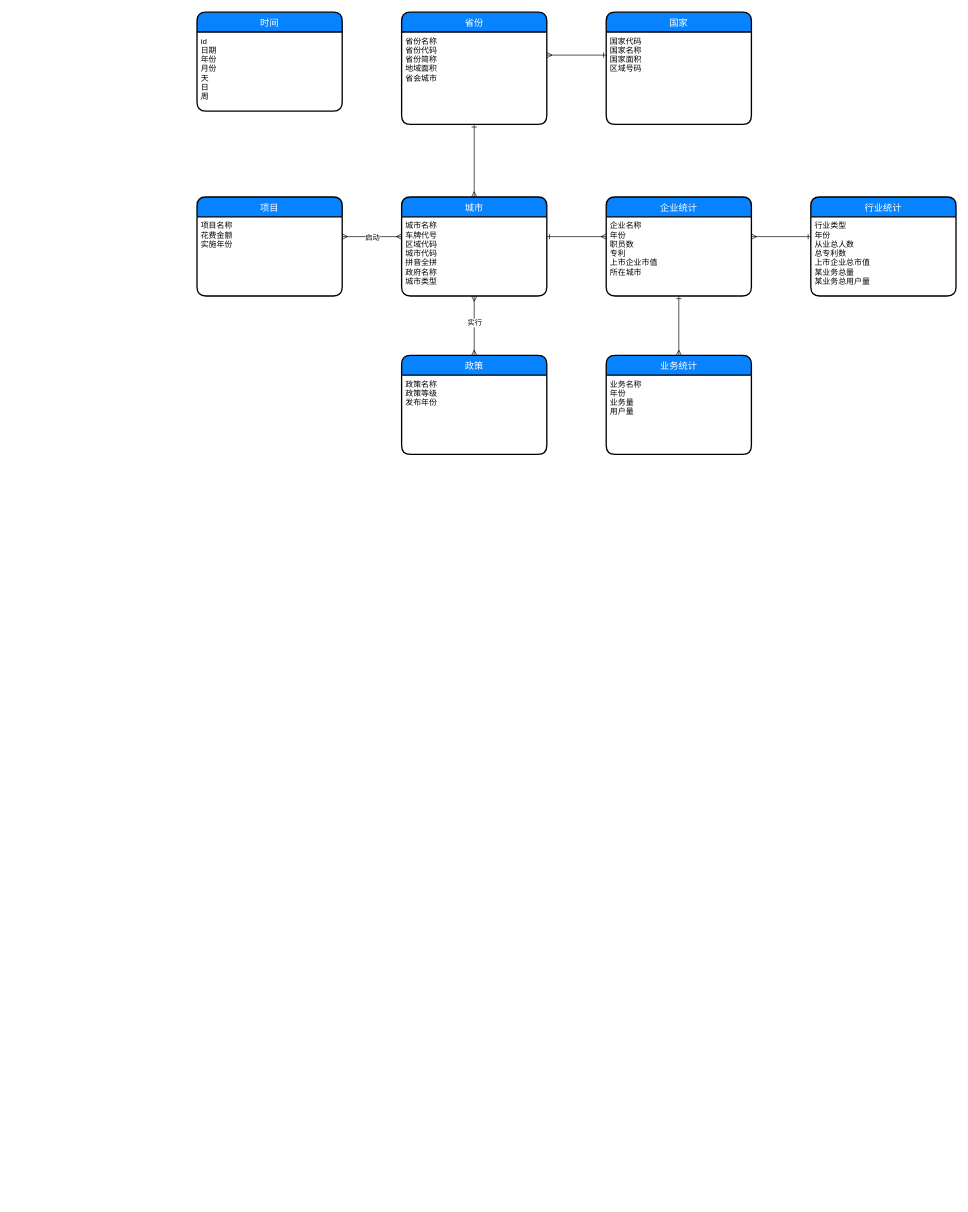
Above: 广大金融指标体系.drawio in wangzijia122/drawio_repository (draw.io), before the change. Source tidied: cells renumbered, new cells numbered last; positions are measured from the earlier drawing's top-left corner, leaving out a move shared by most shapes. Both pictures are drawn from the tidied source at 66%, with x=0, y=0 at pixel (197, 12).
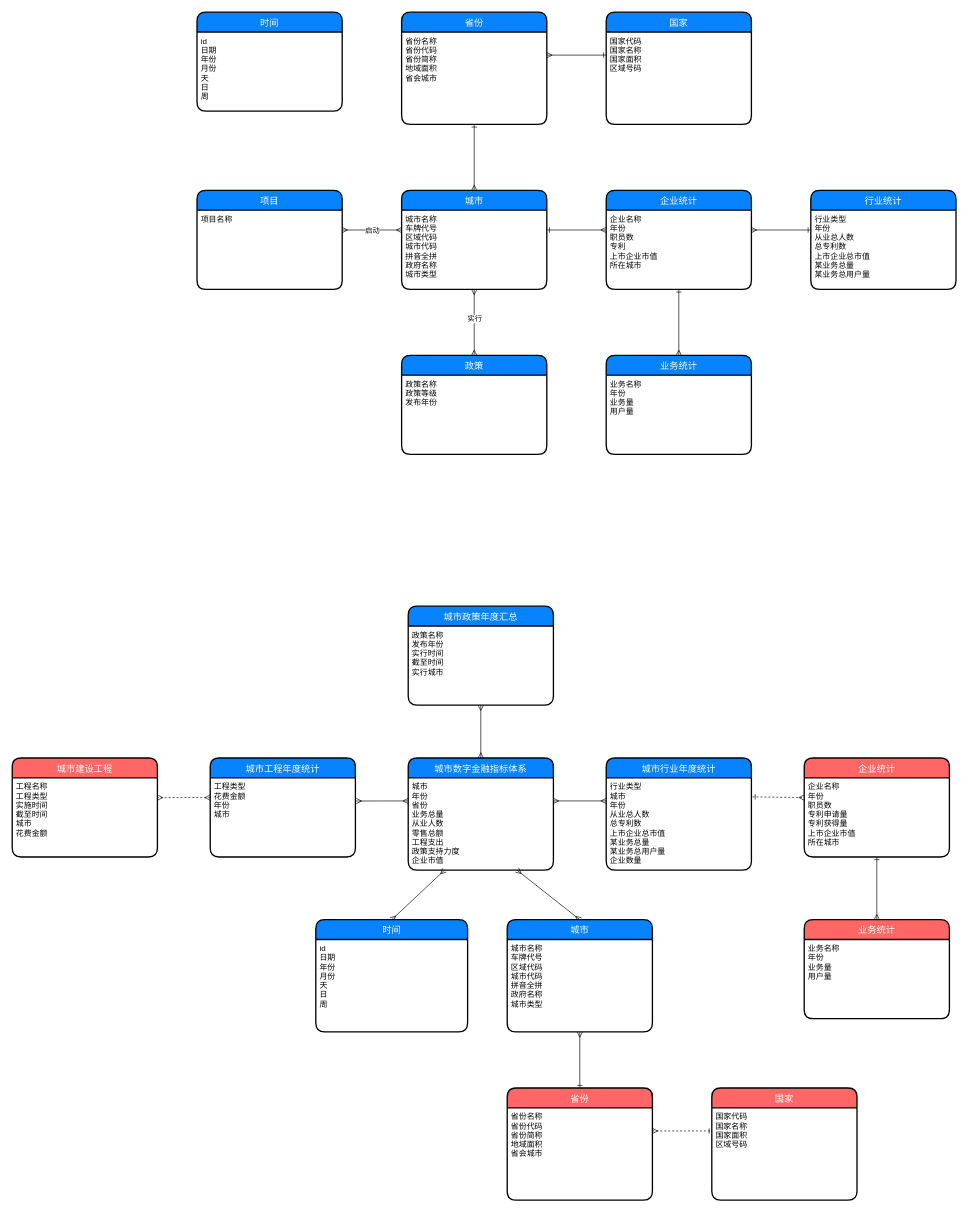
The same diagram, later.

Commit message (it also covers changes not shown here):
更新广大金融指标体系.drawio

The edit, as a diff of the source:
```diff
@@
     <mxCell id="2" value="城市" style="swimlane;horizontal=1;startSize=30;rounded=1;fontSize=14;fontStyle=0;strokeWidth=2;shadow=0;dashed=0;align=center;swimlaneFillColor=none;fillColor=#0883FF;fontColor=#FFFFFF;" parent="1" vertex="1">
-      <mxGeometry x="310" y="280" width="220" height="150" as="geometry" />
+      <mxGeometry x="310" y="270" width="220" height="150" as="geometry" />
     </mxCell>
@@
     <mxCell id="13" value="行业统计" style="swimlane;horizontal=1;startSize=30;rounded=1;fontSize=14;fontStyle=0;strokeWidth=2;shadow=0;dashed=0;align=center;fontColor=#FFFFFF;fillColor=#0883FF;" parent="1" vertex="1">
-      <mxGeometry x="930" y="280" width="220" height="150" as="geometry" />
+      <mxGeometry x="930" y="270" width="220" height="150" as="geometry" />
     </mxCell>
@@
     <mxCell id="19" value="企业统计" style="swimlane;horizontal=1;startSize=30;rounded=1;fontSize=14;fontStyle=0;strokeWidth=2;shadow=0;dashed=0;align=center;fontColor=#FFFFFF;fillColor=#0883FF;" parent="1" vertex="1">
-      <mxGeometry x="620" y="280" width="220" height="150" as="geometry" />
+      <mxGeometry x="620" y="270" width="220" height="150" as="geometry" />
     </mxCell>
@@
     <mxCell id="26" value="项目" style="swimlane;horizontal=1;startSize=30;rounded=1;fontSize=14;fontStyle=0;strokeWidth=2;shadow=0;dashed=0;align=center;fontColor=#FFFFFF;fillColor=#0883FF;" parent="1" vertex="1">
-      <mxGeometry y="280" width="220" height="150" as="geometry" />
+      <mxGeometry y="270" width="220" height="150" as="geometry" />
     </mxCell>
-    <mxCell id="27" value="项目名称&#10;花费金额&#10;实施年份" style="align=left;strokeColor=none;fillColor=none;spacingLeft=4;fontSize=12;verticalAlign=top;fontColor=#030303;" parent="26" vertex="1">
+    <mxCell id="27" value="项目名称&#10;" style="align=left;strokeColor=none;fillColor=none;spacingLeft=4;fontSize=12;verticalAlign=top;fontColor=#030303;" parent="26" vertex="1">
       <mxGeometry y="30" width="220" height="120" as="geometry" />
     </mxCell>
@@
+    <mxCell id="30" value="城市数字金融指标体系" style="swimlane;horizontal=1;startSize=30;rounded=1;fontSize=14;fontStyle=0;strokeWidth=2;shadow=0;dashed=0;align=center;swimlaneFillColor=none;fillColor=#0883FF;fontColor=#FFFFFF;" parent="1" vertex="1">
+      <mxGeometry x="320" y="1130" width="220" height="170" as="geometry" />
+    </mxCell>
+    <mxCell id="31" value="城市&#10;年份&#10;省份&#10;业务总量&#10;从业人数&#10;零售总额&#10;工程支出&#10;政策支持力度&#10;企业市值&#10;&#10;" style="align=left;strokeColor=none;fillColor=none;spacingLeft=4;fontSize=12;verticalAlign=top;" parent="30" vertex="1">
+      <mxGeometry y="30" width="220" height="140" as="geometry" />
+    </mxCell>
+    <mxCell id="32" style="edgeStyle=none;rounded=0;orthogonalLoop=1;jettySize=auto;html=1;exitX=1;exitY=1;exitDx=0;exitDy=0;fontColor=#030303;startArrow=ERmany;startFill=0;endArrow=ERone;endFill=0;" parent="30" edge="1" source="31" target="31">
+      <mxGeometry relative="1" as="geometry" />
+    </mxCell>
+    <mxCell id="33" value="省份" style="swimlane;horizontal=1;startSize=30;rounded=1;fontSize=14;fontStyle=0;strokeWidth=2;shadow=0;dashed=0;align=center;swimlaneFillColor=none;fillColor=#FF6666;fontColor=#FFFFFF;" parent="1" vertex="1">
+      <mxGeometry x="470" y="1630" width="220" height="170" as="geometry" />
+    </mxCell>
+    <mxCell id="34" value="省份名称&#10;省份代码&#10;省份简称&#10;地域面积&#10;省会城市" style="align=left;strokeColor=none;fillColor=none;spacingLeft=4;fontSize=12;verticalAlign=top;" parent="33" vertex="1">
+      <mxGeometry y="30" width="220" height="140" as="geometry" />
+    </mxCell>
+    <mxCell id="35" value="国家" style="swimlane;horizontal=1;startSize=30;rounded=1;fontSize=14;fontStyle=0;strokeWidth=2;shadow=0;dashed=0;align=center;swimlaneFillColor=none;fillColor=#FF6666;fontColor=#FFFFFF;" parent="1" vertex="1">
+      <mxGeometry x="780" y="1630" width="220" height="170" as="geometry" />
+    </mxCell>
+    <mxCell id="36" value="国家代码&#10;国家名称&#10;国家面积&#10;区域号码" style="align=left;strokeColor=none;fillColor=none;spacingLeft=4;fontSize=12;verticalAlign=top;" parent="35" vertex="1">
+      <mxGeometry y="30" width="220" height="140" as="geometry" />
+    </mxCell>
+    <mxCell id="37" style="edgeStyle=orthogonalEdgeStyle;rounded=0;jettySize=auto;html=1;exitX=1;exitY=0.25;exitDx=0;exitDy=0;entryX=0;entryY=0.25;entryDx=0;entryDy=0;fontColor=#FFFFFF;startArrow=ERmany;startFill=0;endArrow=ERone;endFill=0;dashed=1;" parent="1" edge="1" source="34" target="36">
+      <mxGeometry relative="1" as="geometry" />
+    </mxCell>
+    <mxCell id="38" value="城市政策年度汇总" style="swimlane;horizontal=1;startSize=30;rounded=1;fontSize=14;fontStyle=0;strokeWidth=2;shadow=0;dashed=0;align=center;fontColor=#FFFFFF;fillColor=#0883FF;" parent="1" vertex="1">
+      <mxGeometry x="320" y="900" width="220" height="150" as="geometry" />
+    </mxCell>
+    <mxCell id="39" value="政策名称&#10;发布年份&#10;实行时间&#10;截至时间&#10;实行城市" style="align=left;strokeColor=none;fillColor=none;spacingLeft=4;fontSize=12;verticalAlign=top;fontColor=#030303;" parent="38" vertex="1">
+      <mxGeometry y="30" width="220" height="120" as="geometry" />
+    </mxCell>
+    <mxCell id="40" value="城市行业年度统计" style="swimlane;horizontal=1;startSize=30;rounded=1;fontSize=14;fontStyle=0;strokeWidth=2;shadow=0;dashed=0;align=center;fontColor=#FFFFFF;fillColor=#0883FF;" parent="1" vertex="1">
+      <mxGeometry x="620" y="1130" width="220" height="170" as="geometry" />
+    </mxCell>
+    <mxCell id="41" value="行业类型&#10;城市&#10;年份&#10;从业总人数&#10;总专利数&#10;上市企业总市值&#10;某业务总量&#10;某业务总用户量&#10;企业数量&#10;" style="align=left;strokeColor=none;fillColor=none;spacingLeft=4;fontSize=12;verticalAlign=top;fontColor=#030303;" parent="40" vertex="1">
+      <mxGeometry y="30" width="220" height="140" as="geometry" />
+    </mxCell>
+    <mxCell id="42" style="edgeStyle=none;rounded=0;jettySize=auto;html=1;exitX=0.5;exitY=0;exitDx=0;exitDy=0;entryX=0.25;entryY=1;entryDx=0;entryDy=0;fontSize=14;fontColor=#030303;startArrow=ERmany;startFill=0;endArrow=ERmany;endFill=0;" parent="1" edge="1" source="43" target="31">
+      <mxGeometry relative="1" as="geometry" />
+    </mxCell>
+    <mxCell id="43" value="时间" style="swimlane;horizontal=1;startSize=30;rounded=1;fontSize=14;fontStyle=0;strokeWidth=2;shadow=0;dashed=0;align=center;fontColor=#FFFFFF;fillColor=#0883FF;" parent="1" vertex="1">
+      <mxGeometry x="180" y="1375" width="230" height="170" as="geometry" />
+    </mxCell>
+    <mxCell id="44" value="id&#10;日期&#10;年份&#10;月份&#10;天&#10;日&#10;周&#10;&#10;" style="align=left;strokeColor=none;fillColor=none;spacingLeft=4;fontSize=12;verticalAlign=top;fontColor=#030303;" parent="43" vertex="1">
+      <mxGeometry y="30" width="230" height="140" as="geometry" />
+    </mxCell>
+    <mxCell id="45" value="业务统计" style="swimlane;horizontal=1;startSize=30;rounded=1;fontSize=14;fontStyle=0;strokeWidth=2;shadow=0;dashed=0;align=center;fontColor=#FFFFFF;fillColor=#FF6666;" parent="1" vertex="1">
+      <mxGeometry x="920" y="1375" width="220" height="150" as="geometry" />
+    </mxCell>
+    <mxCell id="46" value="业务名称&#10;年份&#10;业务量&#10;用户量" style="align=left;strokeColor=none;fillColor=none;spacingLeft=4;fontSize=12;verticalAlign=top;fontColor=#030303;" parent="45" vertex="1">
+      <mxGeometry y="30" width="220" height="120" as="geometry" />
+    </mxCell>
+    <mxCell id="47" value="企业统计" style="swimlane;horizontal=1;startSize=30;rounded=1;fontSize=14;fontStyle=0;strokeWidth=2;shadow=0;dashed=0;align=center;fontColor=#FFFFFF;fillColor=#FF6666;" parent="1" vertex="1">
+      <mxGeometry x="920" y="1130" width="220" height="150" as="geometry" />
+    </mxCell>
+    <mxCell id="48" value="企业名称&#10;年份&#10;职员数&#10;专利申请量&#10;专利获得量&#10;上市企业市值&#10;所在城市&#10;" style="align=left;strokeColor=none;fillColor=none;spacingLeft=4;fontSize=12;verticalAlign=top;fontColor=#030303;" parent="47" vertex="1">
+      <mxGeometry y="30" width="220" height="120" as="geometry" />
+    </mxCell>
+    <mxCell id="49" style="edgeStyle=orthogonalEdgeStyle;rounded=0;jettySize=auto;html=1;exitX=0.5;exitY=0;exitDx=0;exitDy=0;entryX=0.5;entryY=1;entryDx=0;entryDy=0;fontColor=#030303;startArrow=ERmany;startFill=0;endArrow=ERone;endFill=0;" parent="1" edge="1" source="45" target="48">
+      <mxGeometry relative="1" as="geometry" />
+    </mxCell>
+    <mxCell id="50" value="城市工程年度统计" style="swimlane;horizontal=1;startSize=30;rounded=1;fontSize=14;fontStyle=0;strokeWidth=2;shadow=0;dashed=0;align=center;fontColor=#FFFFFF;fillColor=#0883FF;" parent="1" vertex="1">
+      <mxGeometry x="20" y="1130" width="220" height="150" as="geometry" />
+    </mxCell>
+    <mxCell id="51" value="工程类型&#10;花费金额&#10;年份&#10;城市&#10;&#10;" style="align=left;strokeColor=none;fillColor=none;spacingLeft=4;fontSize=12;verticalAlign=top;fontColor=#030303;" parent="50" vertex="1">
+      <mxGeometry y="30" width="220" height="120" as="geometry" />
+    </mxCell>
+    <mxCell id="52" style="fontSize=12;html=1;endArrow=ERmany;startArrow=ERmany;rounded=0;fontColor=#030303;exitX=0;exitY=0.25;exitDx=0;exitDy=0;entryX=1.006;entryY=0.293;entryDx=0;entryDy=0;entryPerimeter=0;" parent="1" edge="1" source="31" target="51">
+      <mxGeometry relative="1" as="geometry" />
+    </mxCell>
+    <mxCell id="53" style="edgeStyle=none;rounded=0;jettySize=auto;html=1;exitX=1;exitY=0.25;exitDx=0;exitDy=0;fontColor=#030303;startArrow=ERmany;startFill=0;endArrow=ERmany;endFill=0;entryX=0;entryY=0.25;entryDx=0;entryDy=0;" parent="1" edge="1" source="31" target="41">
+      <mxGeometry relative="1" as="geometry" />
+    </mxCell>
+    <mxCell id="54" style="edgeStyle=none;rounded=0;jettySize=auto;html=1;exitX=1.008;exitY=0.206;exitDx=0;exitDy=0;entryX=0;entryY=0.25;entryDx=0;entryDy=0;fontColor=#030303;startArrow=ERone;startFill=0;endArrow=ERmany;endFill=0;dashed=1;exitPerimeter=0;" parent="1" edge="1" source="41" target="48">
+      <mxGeometry relative="1" as="geometry" />
+    </mxCell>
+    <mxCell id="55" style="edgeStyle=none;rounded=0;jettySize=auto;html=1;exitX=0.5;exitY=0;exitDx=0;exitDy=0;entryX=0.75;entryY=1;entryDx=0;entryDy=0;fontSize=14;fontColor=#030303;startArrow=ERmany;startFill=0;endArrow=ERmany;endFill=0;" parent="1" edge="1" source="56" target="31">
+      <mxGeometry relative="1" as="geometry" />
+    </mxCell>
+    <mxCell id="56" value="城市" style="swimlane;horizontal=1;startSize=30;rounded=1;fontSize=14;fontStyle=0;strokeWidth=2;shadow=0;dashed=0;align=center;swimlaneFillColor=none;fillColor=#0883FF;fontColor=#FFFFFF;" parent="1" vertex="1">
+      <mxGeometry x="470" y="1375" width="220" height="170" as="geometry" />
+    </mxCell>
+    <mxCell id="57" value="城市名称&#10;车牌代号&#10;区域代码&#10;城市代码&#10;拼音全拼&#10;政府名称&#10;城市类型" style="align=left;strokeColor=none;fillColor=none;spacingLeft=4;fontSize=12;verticalAlign=top;" parent="56" vertex="1">
+      <mxGeometry y="30" width="220" height="140" as="geometry" />
+    </mxCell>
+    <mxCell id="58" style="edgeStyle=none;rounded=0;orthogonalLoop=1;jettySize=auto;html=1;exitX=1;exitY=1;exitDx=0;exitDy=0;fontColor=#030303;startArrow=ERmany;startFill=0;endArrow=ERone;endFill=0;" parent="56" edge="1" source="57" target="57">
+      <mxGeometry relative="1" as="geometry" />
+    </mxCell>
+    <mxCell id="59" style="rounded=0;jettySize=auto;html=1;exitX=0.5;exitY=1;exitDx=0;exitDy=0;fontColor=#FFFFFF;startArrow=ERmany;startFill=0;endArrow=ERone;endFill=0;entryX=0.5;entryY=0;entryDx=0;entryDy=0;" parent="1" edge="1" source="57" target="33">
+      <mxGeometry relative="1" as="geometry" />
+    </mxCell>
+    <mxCell id="60" style="fontSize=12;html=1;endArrow=ERmany;startArrow=ERmany;rounded=0;fontColor=#030303;exitX=0.5;exitY=0;exitDx=0;exitDy=0;entryX=0.5;entryY=1;entryDx=0;entryDy=0;" parent="1" edge="1" source="30" target="39">
+      <mxGeometry relative="1" as="geometry" />
+    </mxCell>
+    <mxCell id="61" value="城市建设工程" style="swimlane;horizontal=1;startSize=30;rounded=1;fontSize=14;fontStyle=0;strokeWidth=2;shadow=0;dashed=0;align=center;fontColor=#FFFFFF;fillColor=#FF6666;" parent="1" vertex="1">
+      <mxGeometry x="-280" y="1130" width="220" height="150" as="geometry" />
+    </mxCell>
+    <mxCell id="62" value="工程名称&#10;工程类型&#10;实施时间&#10;截至时间&#10;城市&#10;花费金额&#10;&#10;" style="align=left;strokeColor=none;fillColor=none;spacingLeft=4;fontSize=12;verticalAlign=top;fontColor=#030303;" parent="61" vertex="1">
+      <mxGeometry y="30" width="220" height="120" as="geometry" />
+    </mxCell>
+    <mxCell id="63" style="edgeStyle=none;rounded=0;jettySize=auto;html=1;exitX=0;exitY=0.25;exitDx=0;exitDy=0;entryX=1;entryY=0.25;entryDx=0;entryDy=0;fontSize=14;fontColor=#030303;startArrow=ERmany;startFill=0;endArrow=ERmany;endFill=0;dashed=1;" parent="1" edge="1" source="51" target="62">
+      <mxGeometry relative="1" as="geometry" />
+    </mxCell>
```
